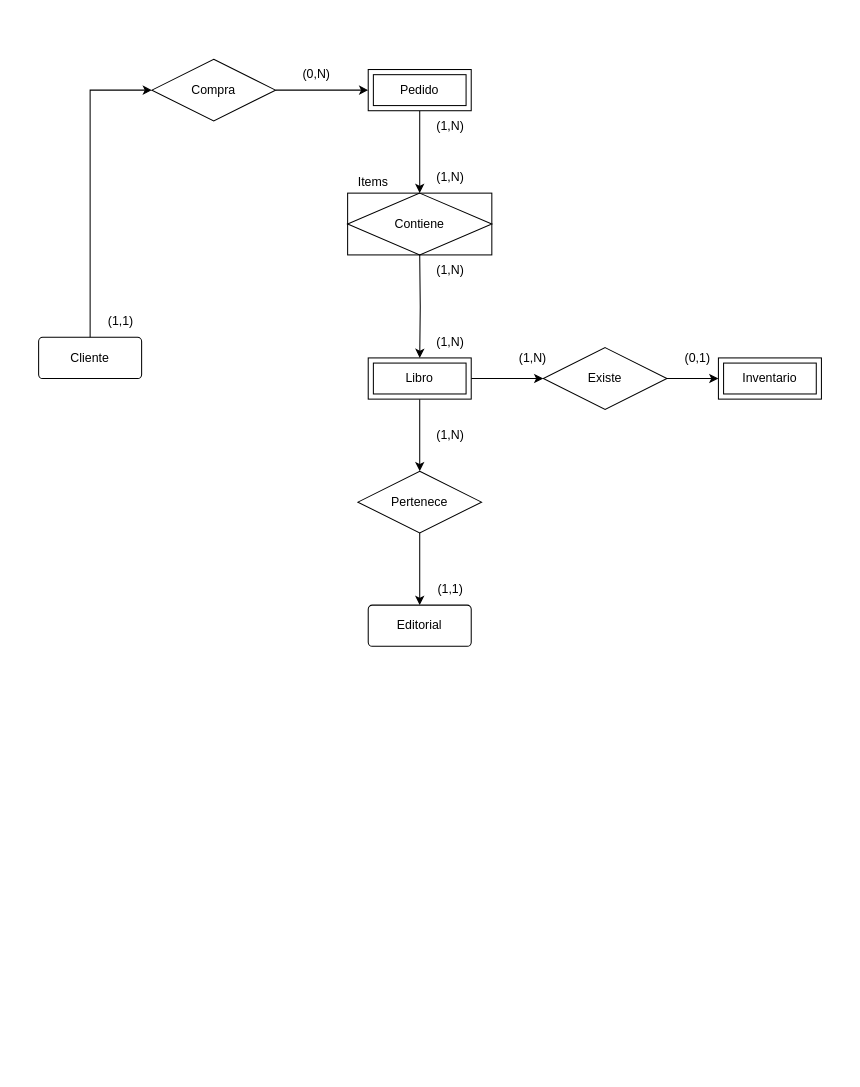
smringdesigns/modelo keeps this draw.io diagram as modelo.drawio. Above is the earlier version. Source tidied: cells renumbered, new cells numbered last; positions are measured from the earlier drawing's top-left corner, leaving out a move shared by most shapes. Both pictures are drawn from the tidied source at 103%, with x=0, y=0 at pixel (38, 59).
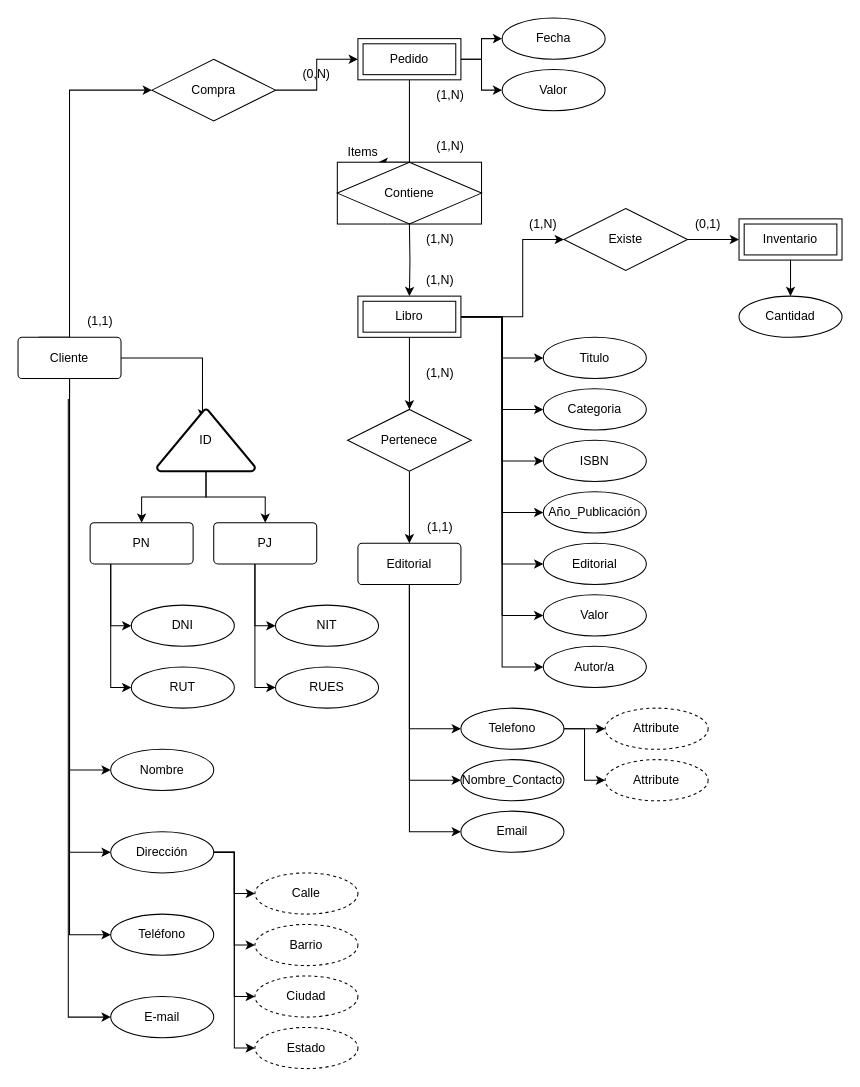
Above is the later version.

Unchanged cells that the change refers to:
```xml
<mxCell id="12" value="Compra" style="shape=rhombus;perimeter=rhombusPerimeter;whiteSpace=wrap;html=1;align=center;" parent="1" vertex="1">
  <mxGeometry x="110" width="120" height="60" as="geometry" />
</mxCell>
```

Diff of the diagram source:
```diff
@@
-    <mxCell id="2" style="edgeStyle=orthogonalEdgeStyle;rounded=0;jettySize=auto;html=1;exitX=0.5;exitY=0;exitDx=0;exitDy=0;" parent="1" edge="1" source="3" target="12">
+    <mxCell id="2" style="edgeStyle=orthogonalEdgeStyle;rounded=0;jettySize=auto;html=1;exitX=0.5;exitY=0;exitDx=0;exitDy=0;" parent="1" edge="1" target="12">
       <mxGeometry relative="1" as="geometry">
+        <mxPoint y="269.9" as="sourcePoint" />
         <Array as="points">
-          <mxPoint x="50" y="310" />
-          <mxPoint x="50" y="30" />
+          <mxPoint x="30" y="270" />
+          <mxPoint x="30" y="30" />
         </Array>
       </mxGeometry>
     </mxCell>
+    <mxCell id="30" style="edgeStyle=orthogonalEdgeStyle;rounded=0;jettySize=auto;html=1;entryX=0;entryY=0.5;entryDx=0;entryDy=0;" parent="1" edge="1" source="3" target="57">
+      <mxGeometry relative="1" as="geometry">
+        <Array as="points">
+          <mxPoint x="30" y="690" />
+        </Array>
+      </mxGeometry>
+    </mxCell>
+    <mxCell id="31" style="edgeStyle=orthogonalEdgeStyle;rounded=0;jettySize=auto;html=1;entryX=0;entryY=0.5;entryDx=0;entryDy=0;" parent="1" edge="1" target="62">
+      <mxGeometry relative="1" as="geometry">
+        <mxPoint x="20" y="309.9" as="sourcePoint" />
+        <Array as="points">
+          <mxPoint x="30" y="310" />
+          <mxPoint x="30" y="770" />
+        </Array>
+      </mxGeometry>
+    </mxCell>
+    <mxCell id="32" style="edgeStyle=orthogonalEdgeStyle;rounded=0;jettySize=auto;html=1;entryX=0;entryY=0.5;entryDx=0;entryDy=0;" parent="1" edge="1" source="3" target="63">
+      <mxGeometry relative="1" as="geometry">
+        <Array as="points">
+          <mxPoint x="30" y="850" />
+        </Array>
+      </mxGeometry>
+    </mxCell>
+    <mxCell id="33" style="edgeStyle=orthogonalEdgeStyle;rounded=0;jettySize=auto;html=1;entryX=0;entryY=0.5;entryDx=0;entryDy=0;" parent="1" edge="1" target="64">
+      <mxGeometry relative="1" as="geometry">
+        <mxPoint x="28.8" y="330" as="sourcePoint" />
+        <Array as="points">
+          <mxPoint x="29" y="930" />
+        </Array>
+      </mxGeometry>
+    </mxCell>
+    <mxCell id="34" style="edgeStyle=orthogonalEdgeStyle;rounded=0;jettySize=auto;html=1;entryX=0.464;entryY=0.148;entryDx=0;entryDy=0;entryPerimeter=0;" parent="1" edge="1" source="3" target="50">
+      <mxGeometry relative="1" as="geometry" />
+    </mxCell>
     <mxCell id="3" value="Cliente" style="rounded=1;arcSize=10;whiteSpace=wrap;html=1;align=center;" parent="1" vertex="1">
-      <mxGeometry y="270" width="100" height="40" as="geometry" />
+      <mxGeometry x="-20" y="270" width="100" height="40" as="geometry" />
     </mxCell>
+    <mxCell id="35" style="edgeStyle=orthogonalEdgeStyle;rounded=0;jettySize=auto;html=1;entryX=0;entryY=0.5;entryDx=0;entryDy=0;" parent="1" edge="1" source="4" target="85">
+      <mxGeometry relative="1" as="geometry" />
+    </mxCell>
+    <mxCell id="36" style="edgeStyle=orthogonalEdgeStyle;rounded=0;jettySize=auto;html=1;entryX=0;entryY=0.5;entryDx=0;entryDy=0;" parent="1" edge="1" source="4" target="86">
+      <mxGeometry relative="1" as="geometry" />
+    </mxCell>
+    <mxCell id="37" style="edgeStyle=orthogonalEdgeStyle;rounded=0;jettySize=auto;html=1;entryX=0;entryY=0.5;entryDx=0;entryDy=0;" parent="1" edge="1" source="4" target="87">
+      <mxGeometry relative="1" as="geometry" />
+    </mxCell>
     <mxCell id="4" value="Editorial" style="rounded=1;arcSize=10;whiteSpace=wrap;html=1;align=center;" parent="1" vertex="1">
-      <mxGeometry x="320" y="530" width="100" height="40" as="geometry" />
+      <mxGeometry x="310" y="470" width="100" height="40" as="geometry" />
     </mxCell>
     <mxCell id="5" style="edgeStyle=orthogonalEdgeStyle;rounded=0;jettySize=auto;html=1;" parent="1" edge="1" source="6">
       <mxGeometry relative="1" as="geometry">
-        <mxPoint x="370" y="130" as="targetPoint" />
+        <mxPoint x="330" y="100" as="targetPoint" />
+        <Array as="points">
+          <mxPoint x="360" y="100" />
+        </Array>
       </mxGeometry>
     </mxCell>
+    <mxCell id="38" style="edgeStyle=orthogonalEdgeStyle;rounded=0;jettySize=auto;html=1;" parent="1" edge="1" source="6" target="73">
+      <mxGeometry relative="1" as="geometry" />
+    </mxCell>
+    <mxCell id="39" style="edgeStyle=orthogonalEdgeStyle;rounded=0;jettySize=auto;html=1;entryX=0;entryY=0.5;entryDx=0;entryDy=0;" parent="1" edge="1" source="6" target="74">
+      <mxGeometry relative="1" as="geometry" />
+    </mxCell>
     <mxCell id="6" value="Pedido" style="shape=ext;margin=3;double=1;whiteSpace=wrap;html=1;align=center;" parent="1" vertex="1">
-      <mxGeometry x="320" y="10" width="100" height="40" as="geometry" />
+      <mxGeometry x="310" y="-20" width="100" height="40" as="geometry" />
     </mxCell>
@@
-    <mxCell id="8" style="edgeStyle=orthogonalEdgeStyle;rounded=0;jettySize=auto;html=1;" parent="1" edge="1" source="9" target="23">
-      <mxGeometry relative="1" as="geometry" />
+    <mxCell id="8" style="edgeStyle=orthogonalEdgeStyle;rounded=0;jettySize=auto;html=1;entryX=0;entryY=0.5;entryDx=0;entryDy=0;" parent="1" edge="1" source="9" target="23">
+      <mxGeometry relative="1" as="geometry">
+        <Array as="points">
+          <mxPoint x="470" y="250" />
+          <mxPoint x="470" y="175" />
+        </Array>
+      </mxGeometry>
     </mxCell>
+    <mxCell id="40" style="edgeStyle=orthogonalEdgeStyle;rounded=0;jettySize=auto;html=1;" parent="1" edge="1" source="9" target="76">
+      <mxGeometry relative="1" as="geometry">
+        <Array as="points">
+          <mxPoint x="450" y="250" />
+          <mxPoint x="450" y="290" />
+        </Array>
+      </mxGeometry>
+    </mxCell>
+    <mxCell id="41" style="edgeStyle=orthogonalEdgeStyle;rounded=0;jettySize=auto;html=1;entryX=0;entryY=0.5;entryDx=0;entryDy=0;" parent="1" edge="1" source="9" target="77">
+      <mxGeometry relative="1" as="geometry" />
+    </mxCell>
+    <mxCell id="42" style="edgeStyle=orthogonalEdgeStyle;rounded=0;jettySize=auto;html=1;entryX=0;entryY=0.5;entryDx=0;entryDy=0;" parent="1" edge="1" source="9" target="78">
+      <mxGeometry relative="1" as="geometry" />
+    </mxCell>
+    <mxCell id="43" style="edgeStyle=orthogonalEdgeStyle;rounded=0;jettySize=auto;html=1;entryX=0;entryY=0.5;entryDx=0;entryDy=0;" parent="1" edge="1" source="9" target="79">
+      <mxGeometry relative="1" as="geometry" />
+    </mxCell>
+    <mxCell id="44" style="edgeStyle=orthogonalEdgeStyle;rounded=0;jettySize=auto;html=1;entryX=0;entryY=0.5;entryDx=0;entryDy=0;" parent="1" edge="1" source="9" target="81">
+      <mxGeometry relative="1" as="geometry" />
+    </mxCell>
+    <mxCell id="45" style="edgeStyle=orthogonalEdgeStyle;rounded=0;jettySize=auto;html=1;entryX=0;entryY=0.5;entryDx=0;entryDy=0;" parent="1" edge="1" source="9" target="82">
+      <mxGeometry relative="1" as="geometry" />
+    </mxCell>
+    <mxCell id="46" style="edgeStyle=orthogonalEdgeStyle;rounded=0;jettySize=auto;html=1;entryX=0;entryY=0.5;entryDx=0;entryDy=0;" parent="1" edge="1" source="9" target="80">
+      <mxGeometry relative="1" as="geometry" />
+    </mxCell>
     <mxCell id="9" value="Libro" style="shape=ext;margin=3;double=1;whiteSpace=wrap;html=1;align=center;" parent="1" vertex="1">
-      <mxGeometry x="320" y="290" width="100" height="40" as="geometry" />
+      <mxGeometry x="310" y="230" width="100" height="40" as="geometry" />
     </mxCell>
+    <mxCell id="47" style="edgeStyle=orthogonalEdgeStyle;rounded=0;jettySize=auto;html=1;" parent="1" edge="1" source="10" target="75">
+      <mxGeometry relative="1" as="geometry" />
+    </mxCell>
     <mxCell id="10" value="Inventario" style="shape=ext;margin=3;double=1;whiteSpace=wrap;html=1;align=center;" parent="1" vertex="1">
-      <mxGeometry x="660" y="290" width="100" height="40" as="geometry" />
+      <mxGeometry x="680" y="155" width="100" height="40" as="geometry" />
     </mxCell>
@@
     <mxCell id="13" value="(1,1)" style="text;html=1;align=center;verticalAlign=middle;whiteSpace=wrap;rounded=0;" parent="1" vertex="1">
-      <mxGeometry x="50" y="240" width="60" height="30" as="geometry" />
+      <mxGeometry x="30" y="240" width="60" height="30" as="geometry" />
     </mxCell>
@@
     <mxCell id="15" style="edgeStyle=orthogonalEdgeStyle;rounded=0;jettySize=auto;html=1;" parent="1" edge="1" target="9">
       <mxGeometry relative="1" as="geometry">
-        <mxPoint x="370" y="190" as="sourcePoint" />
+        <mxPoint x="360" y="160" as="sourcePoint" />
       </mxGeometry>
     </mxCell>
     <mxCell id="16" value="(1,N)" style="text;html=1;align=center;verticalAlign=middle;whiteSpace=wrap;rounded=0;" parent="1" vertex="1">
-      <mxGeometry x="370" y="50" width="60" height="30" as="geometry" />
+      <mxGeometry x="370" y="20" width="60" height="30" as="geometry" />
     </mxCell>
     <mxCell id="17" value="(1,N)" style="text;html=1;align=center;verticalAlign=middle;whiteSpace=wrap;rounded=0;" parent="1" vertex="1">
-      <mxGeometry x="370" y="260" width="60" height="30" as="geometry" />
+      <mxGeometry x="360" y="200" width="60" height="30" as="geometry" />
     </mxCell>
@@
     <mxCell id="19" value="Pertenece" style="shape=rhombus;perimeter=rhombusPerimeter;whiteSpace=wrap;html=1;align=center;" parent="1" vertex="1">
-      <mxGeometry x="310" y="400" width="120" height="60" as="geometry" />
+      <mxGeometry x="300" y="340" width="120" height="60" as="geometry" />
     </mxCell>
     <mxCell id="20" value="(1,N)" style="text;html=1;align=center;verticalAlign=middle;whiteSpace=wrap;rounded=0;" parent="1" vertex="1">
-      <mxGeometry x="370" y="350" width="60" height="30" as="geometry" />
+      <mxGeometry x="360" y="290" width="60" height="30" as="geometry" />
     </mxCell>
     <mxCell id="21" value="(1,1)" style="text;html=1;align=center;verticalAlign=middle;whiteSpace=wrap;rounded=0;" parent="1" vertex="1">
-      <mxGeometry x="370" y="500" width="60" height="30" as="geometry" />
+      <mxGeometry x="360" y="440" width="60" height="30" as="geometry" />
     </mxCell>
@@
     <mxCell id="23" value="Existe" style="shape=rhombus;perimeter=rhombusPerimeter;whiteSpace=wrap;html=1;align=center;" parent="1" vertex="1">
-      <mxGeometry x="490" y="280" width="120" height="60" as="geometry" />
+      <mxGeometry x="510" y="145" width="120" height="60" as="geometry" />
     </mxCell>
     <mxCell id="24" value="(1,N)" style="text;html=1;align=center;verticalAlign=middle;whiteSpace=wrap;rounded=0;" parent="1" vertex="1">
-      <mxGeometry x="450" y="275" width="60" height="30" as="geometry" />
+      <mxGeometry x="460" y="145" width="60" height="30" as="geometry" />
     </mxCell>
     <mxCell id="25" value="(0,1)" style="text;html=1;align=center;verticalAlign=middle;whiteSpace=wrap;rounded=0;" parent="1" vertex="1">
-      <mxGeometry x="610" y="275" width="60" height="30" as="geometry" />
+      <mxGeometry x="620" y="145" width="60" height="30" as="geometry" />
     </mxCell>
     <mxCell id="26" value="Contiene" style="shape=associativeEntity;whiteSpace=wrap;html=1;align=center;" parent="1" vertex="1">
-      <mxGeometry x="300" y="130" width="140" height="60" as="geometry" />
+      <mxGeometry x="290" y="100" width="140" height="60" as="geometry" />
     </mxCell>
     <mxCell id="27" value="Items" style="text;html=1;align=center;verticalAlign=middle;whiteSpace=wrap;rounded=0;" parent="1" vertex="1">
-      <mxGeometry x="300" y="110" width="50" height="20" as="geometry" />
+      <mxGeometry x="290" y="80" width="50" height="20" as="geometry" />
     </mxCell>
     <mxCell id="28" value="(1,N)" style="text;html=1;align=center;verticalAlign=middle;whiteSpace=wrap;rounded=0;" parent="1" vertex="1">
-      <mxGeometry x="370" y="100" width="60" height="30" as="geometry" />
+      <mxGeometry x="370" y="70" width="60" height="30" as="geometry" />
     </mxCell>
     <mxCell id="29" value="(1,N)" style="text;html=1;align=center;verticalAlign=middle;whiteSpace=wrap;rounded=0;" parent="1" vertex="1">
-      <mxGeometry x="370" y="190" width="60" height="30" as="geometry" />
+      <mxGeometry x="360" y="160" width="60" height="30" as="geometry" />
     </mxCell>
+    <mxCell id="48" style="edgeStyle=orthogonalEdgeStyle;rounded=0;jettySize=auto;html=1;entryX=0.5;entryY=0;entryDx=0;entryDy=0;" parent="1" edge="1" source="50" target="53">
+      <mxGeometry relative="1" as="geometry" />
+    </mxCell>
+    <mxCell id="49" style="edgeStyle=orthogonalEdgeStyle;rounded=0;jettySize=auto;html=1;" parent="1" edge="1" source="50" target="56">
+      <mxGeometry relative="1" as="geometry" />
+    </mxCell>
+    <mxCell id="50" value="ID" style="strokeWidth=2;html=1;shape=mxgraph.flowchart.extract_or_measurement;whiteSpace=wrap;" parent="1" vertex="1">
+      <mxGeometry x="115" y="340" width="95" height="60" as="geometry" />
+    </mxCell>
+    <mxCell id="51" style="edgeStyle=orthogonalEdgeStyle;rounded=0;jettySize=auto;html=1;" parent="1" edge="1" source="53" target="65">
+      <mxGeometry relative="1" as="geometry">
+        <Array as="points">
+          <mxPoint x="70" y="540" />
+          <mxPoint x="70" y="540" />
+        </Array>
+      </mxGeometry>
+    </mxCell>
+    <mxCell id="52" style="edgeStyle=orthogonalEdgeStyle;rounded=0;jettySize=auto;html=1;entryX=0;entryY=0.5;entryDx=0;entryDy=0;" parent="1" edge="1" source="53" target="66">
+      <mxGeometry relative="1" as="geometry">
+        <Array as="points">
+          <mxPoint x="70" y="610" />
+        </Array>
+      </mxGeometry>
+    </mxCell>
+    <mxCell id="53" value="PN" style="rounded=1;arcSize=10;whiteSpace=wrap;html=1;align=center;" parent="1" vertex="1">
+      <mxGeometry x="50" y="450" width="100" height="40" as="geometry" />
+    </mxCell>
+    <mxCell id="54" style="edgeStyle=orthogonalEdgeStyle;rounded=0;jettySize=auto;html=1;entryX=0;entryY=0.5;entryDx=0;entryDy=0;" parent="1" edge="1" source="56" target="67">
+      <mxGeometry relative="1" as="geometry">
+        <Array as="points">
+          <mxPoint x="210" y="550" />
+        </Array>
+      </mxGeometry>
+    </mxCell>
+    <mxCell id="55" style="edgeStyle=orthogonalEdgeStyle;rounded=0;jettySize=auto;html=1;" parent="1" edge="1" source="56" target="68">
+      <mxGeometry relative="1" as="geometry">
+        <Array as="points">
+          <mxPoint x="210" y="600" />
+          <mxPoint x="210" y="600" />
+        </Array>
+      </mxGeometry>
+    </mxCell>
+    <mxCell id="56" value="PJ" style="rounded=1;arcSize=10;whiteSpace=wrap;html=1;align=center;" parent="1" vertex="1">
+      <mxGeometry x="170" y="450" width="100" height="40" as="geometry" />
+    </mxCell>
+    <mxCell id="57" value="Nombre" style="ellipse;whiteSpace=wrap;html=1;align=center;" parent="1" vertex="1">
+      <mxGeometry x="70" y="670" width="100" height="40" as="geometry" />
+    </mxCell>
+    <mxCell id="58" style="edgeStyle=orthogonalEdgeStyle;rounded=0;jettySize=auto;html=1;entryX=0;entryY=0.5;entryDx=0;entryDy=0;" parent="1" edge="1" source="62" target="69">
+      <mxGeometry relative="1" as="geometry" />
+    </mxCell>
+    <mxCell id="59" style="edgeStyle=orthogonalEdgeStyle;rounded=0;jettySize=auto;html=1;entryX=0;entryY=0.5;entryDx=0;entryDy=0;" parent="1" edge="1" source="62" target="70">
+      <mxGeometry relative="1" as="geometry" />
+    </mxCell>
+    <mxCell id="60" style="edgeStyle=orthogonalEdgeStyle;rounded=0;jettySize=auto;html=1;entryX=0;entryY=0.5;entryDx=0;entryDy=0;" parent="1" edge="1" source="62" target="71">
+      <mxGeometry relative="1" as="geometry" />
+    </mxCell>
+    <mxCell id="61" style="edgeStyle=orthogonalEdgeStyle;rounded=0;jettySize=auto;html=1;entryX=0;entryY=0.5;entryDx=0;entryDy=0;" parent="1" edge="1" source="62" target="72">
+      <mxGeometry relative="1" as="geometry" />
+    </mxCell>
+    <mxCell id="62" value="Dirección" style="ellipse;whiteSpace=wrap;html=1;align=center;" parent="1" vertex="1">
+      <mxGeometry x="70" y="750" width="100" height="40" as="geometry" />
+    </mxCell>
+    <mxCell id="63" value="Teléfono" style="ellipse;whiteSpace=wrap;html=1;align=center;" parent="1" vertex="1">
+      <mxGeometry x="70" y="830" width="100" height="40" as="geometry" />
+    </mxCell>
+    <mxCell id="64" value="E-mail" style="ellipse;whiteSpace=wrap;html=1;align=center;" parent="1" vertex="1">
+      <mxGeometry x="70" y="910" width="100" height="40" as="geometry" />
+    </mxCell>
+    <mxCell id="65" value="DNI" style="ellipse;whiteSpace=wrap;html=1;align=center;" parent="1" vertex="1">
+      <mxGeometry x="90" y="530" width="100" height="40" as="geometry" />
+    </mxCell>
+    <mxCell id="66" value="RUT" style="ellipse;whiteSpace=wrap;html=1;align=center;" parent="1" vertex="1">
+      <mxGeometry x="90" y="590" width="100" height="40" as="geometry" />
+    </mxCell>
+    <mxCell id="67" value="NIT" style="ellipse;whiteSpace=wrap;html=1;align=center;" parent="1" vertex="1">
+      <mxGeometry x="230" y="530" width="100" height="40" as="geometry" />
+    </mxCell>
+    <mxCell id="68" value="RUES" style="ellipse;whiteSpace=wrap;html=1;align=center;" parent="1" vertex="1">
+      <mxGeometry x="230" y="590" width="100" height="40" as="geometry" />
+    </mxCell>
+    <mxCell id="69" value="Calle" style="ellipse;whiteSpace=wrap;html=1;align=center;dashed=1;" parent="1" vertex="1">
+      <mxGeometry x="210" y="790" width="100" height="40" as="geometry" />
+    </mxCell>
+    <mxCell id="70" value="Barrio" style="ellipse;whiteSpace=wrap;html=1;align=center;dashed=1;" parent="1" vertex="1">
+      <mxGeometry x="210" y="840" width="100" height="40" as="geometry" />
+    </mxCell>
+    <mxCell id="71" value="Ciudad" style="ellipse;whiteSpace=wrap;html=1;align=center;dashed=1;" parent="1" vertex="1">
+      <mxGeometry x="210" y="890" width="100" height="40" as="geometry" />
+    </mxCell>
+    <mxCell id="72" value="Estado" style="ellipse;whiteSpace=wrap;html=1;align=center;dashed=1;" parent="1" vertex="1">
+      <mxGeometry x="210" y="940" width="100" height="40" as="geometry" />
+    </mxCell>
+    <mxCell id="73" value="Fecha" style="ellipse;whiteSpace=wrap;html=1;align=center;" parent="1" vertex="1">
+      <mxGeometry x="450" y="-40" width="100" height="40" as="geometry" />
+    </mxCell>
+    <mxCell id="74" value="Valor" style="ellipse;whiteSpace=wrap;html=1;align=center;" parent="1" vertex="1">
+      <mxGeometry x="450" y="10" width="100" height="40" as="geometry" />
+    </mxCell>
+    <mxCell id="75" value="Cantidad" style="ellipse;whiteSpace=wrap;html=1;align=center;" parent="1" vertex="1">
+      <mxGeometry x="680" y="230" width="100" height="40" as="geometry" />
+    </mxCell>
+    <mxCell id="76" value="Titulo" style="ellipse;whiteSpace=wrap;html=1;align=center;" parent="1" vertex="1">
+      <mxGeometry x="490" y="270" width="100" height="40" as="geometry" />
+    </mxCell>
+    <mxCell id="77" value="Categoria" style="ellipse;whiteSpace=wrap;html=1;align=center;" parent="1" vertex="1">
+      <mxGeometry x="490" y="320" width="100" height="40" as="geometry" />
+    </mxCell>
+    <mxCell id="78" value="ISBN" style="ellipse;whiteSpace=wrap;html=1;align=center;" parent="1" vertex="1">
+      <mxGeometry x="490" y="370" width="100" height="40" as="geometry" />
+    </mxCell>
+    <mxCell id="79" value="Año_Publicación" style="ellipse;whiteSpace=wrap;html=1;align=center;" parent="1" vertex="1">
+      <mxGeometry x="490" y="420" width="100" height="40" as="geometry" />
+    </mxCell>
+    <mxCell id="80" value="Editorial" style="ellipse;whiteSpace=wrap;html=1;align=center;" parent="1" vertex="1">
+      <mxGeometry x="490" y="470" width="100" height="40" as="geometry" />
+    </mxCell>
+    <mxCell id="81" value="Valor" style="ellipse;whiteSpace=wrap;html=1;align=center;" parent="1" vertex="1">
+      <mxGeometry x="490" y="520" width="100" height="40" as="geometry" />
+    </mxCell>
+    <mxCell id="82" value="Autor/a" style="ellipse;whiteSpace=wrap;html=1;align=center;" parent="1" vertex="1">
+      <mxGeometry x="490" y="570" width="100" height="40" as="geometry" />
+    </mxCell>
+    <mxCell id="83" style="edgeStyle=orthogonalEdgeStyle;rounded=0;jettySize=auto;html=1;entryX=0;entryY=0.5;entryDx=0;entryDy=0;" parent="1" edge="1" source="85" target="88">
+      <mxGeometry relative="1" as="geometry" />
+    </mxCell>
+    <mxCell id="84" style="edgeStyle=orthogonalEdgeStyle;rounded=0;jettySize=auto;html=1;entryX=0;entryY=0.5;entryDx=0;entryDy=0;" parent="1" edge="1" source="85" target="89">
+      <mxGeometry relative="1" as="geometry" />
+    </mxCell>
+    <mxCell id="85" value="Telefono" style="ellipse;whiteSpace=wrap;html=1;align=center;" parent="1" vertex="1">
+      <mxGeometry x="410" y="630" width="100" height="40" as="geometry" />
+    </mxCell>
+    <mxCell id="86" value="Nombre_Contacto" style="ellipse;whiteSpace=wrap;html=1;align=center;" parent="1" vertex="1">
+      <mxGeometry x="410" y="680" width="100" height="40" as="geometry" />
+    </mxCell>
+    <mxCell id="87" value="Email" style="ellipse;whiteSpace=wrap;html=1;align=center;" parent="1" vertex="1">
+      <mxGeometry x="410" y="730" width="100" height="40" as="geometry" />
+    </mxCell>
+    <mxCell id="88" value="Attribute" style="ellipse;whiteSpace=wrap;html=1;align=center;dashed=1;" parent="1" vertex="1">
+      <mxGeometry x="550" y="630" width="100" height="40" as="geometry" />
+    </mxCell>
+    <mxCell id="89" value="Attribute" style="ellipse;whiteSpace=wrap;html=1;align=center;dashed=1;" parent="1" vertex="1">
+      <mxGeometry x="550" y="680" width="100" height="40" as="geometry" />
+    </mxCell>
```
